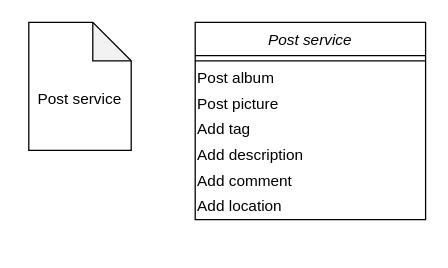
This is page "Post service" (2 of 10) of Dijagrami.drawio from andjelijaa/XML-projekat, a draw.io file, before an edit. Source tidied: cells renumbered, new cells numbered last; positions are measured from the earlier drawing's top-left corner, leaving out a move shared by most shapes. Both pictures are drawn from the tidied source at 128%, with x=0, y=0 at pixel (22, 22).
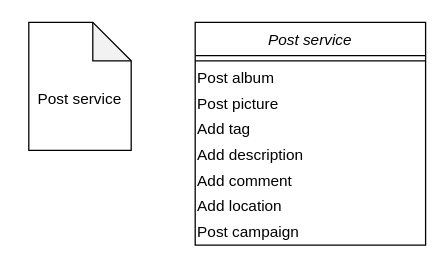
After the change.

Change to the diagram source:
```diff
@@
 <mxGraphModel>
   <root>
     <mxCell id="0" />
     <mxCell id="1" parent="0" />
     <mxCell id="2" value="Post service" style="swimlane;fontStyle=2;align=center;verticalAlign=top;horizontal=1;startSize=26;rounded=0;shadow=0;strokeWidth=1;" parent="1" vertex="1">
-      <mxGeometry x="135" width="180" height="154" as="geometry" />
+      <mxGeometry x="135" width="180" height="174" as="geometry" />
     </mxCell>
     <mxCell id="3" style="line;html=1;strokeWidth=1;align=left;verticalAlign=middle;spacingTop=-1;spacingLeft=3;spacingRight=3;labelPosition=right;" parent="2" vertex="1">
       <mxGeometry y="26" width="180" height="8" as="geometry" />
     </mxCell>
     <mxCell id="4" value="Post album" style="text;html=1;strokeColor=none;fillColor=none;align=left;verticalAlign=middle;whiteSpace=wrap;rounded=0;" parent="2" vertex="1">
       <mxGeometry y="34" width="180" height="20" as="geometry" />
     </mxCell>
     <mxCell id="5" value="Post picture" style="text;html=1;strokeColor=none;fillColor=none;align=left;verticalAlign=middle;whiteSpace=wrap;rounded=0;" parent="2" vertex="1">
       <mxGeometry y="54" width="180" height="20" as="geometry" />
     </mxCell>
     <mxCell id="6" value="Add tag" style="text;html=1;strokeColor=none;fillColor=none;align=left;verticalAlign=middle;whiteSpace=wrap;rounded=0;" parent="2" vertex="1">
       <mxGeometry y="74" width="180" height="20" as="geometry" />
     </mxCell>
     <mxCell id="7" value="Add description" style="text;html=1;strokeColor=none;fillColor=none;align=left;verticalAlign=middle;whiteSpace=wrap;rounded=0;" parent="2" vertex="1">
       <mxGeometry y="94" width="180" height="20" as="geometry" />
     </mxCell>
     <mxCell id="8" value="Add comment" style="text;html=1;strokeColor=none;fillColor=none;align=left;verticalAlign=middle;whiteSpace=wrap;rounded=0;" parent="2" vertex="1">
       <mxGeometry y="114" width="180" height="20" as="geometry" />
     </mxCell>
     <mxCell id="9" value="Add location" style="text;html=1;strokeColor=none;fillColor=none;align=left;verticalAlign=middle;whiteSpace=wrap;rounded=0;" parent="2" vertex="1">
       <mxGeometry y="134" width="180" height="20" as="geometry" />
     </mxCell>
+    <mxCell id="12" value="Post campaign" style="text;html=1;strokeColor=none;fillColor=none;align=left;verticalAlign=middle;whiteSpace=wrap;rounded=0;" parent="2" vertex="1">
+      <mxGeometry y="154" width="180" height="20" as="geometry" />
+    </mxCell>
     <mxCell id="10" style="shape=note;whiteSpace=wrap;html=1;backgroundOutline=1;darkOpacity=0.05;" parent="1" vertex="1">
       <mxGeometry x="5" width="80" height="100" as="geometry" />
     </mxCell>
     <mxCell id="11" value="Post service" style="text;html=1;strokeColor=none;fillColor=none;align=center;verticalAlign=middle;whiteSpace=wrap;rounded=0;" parent="1" vertex="1">
       <mxGeometry y="50" width="90" height="20" as="geometry" />
     </mxCell>
   </root>
 </mxGraphModel>
```
